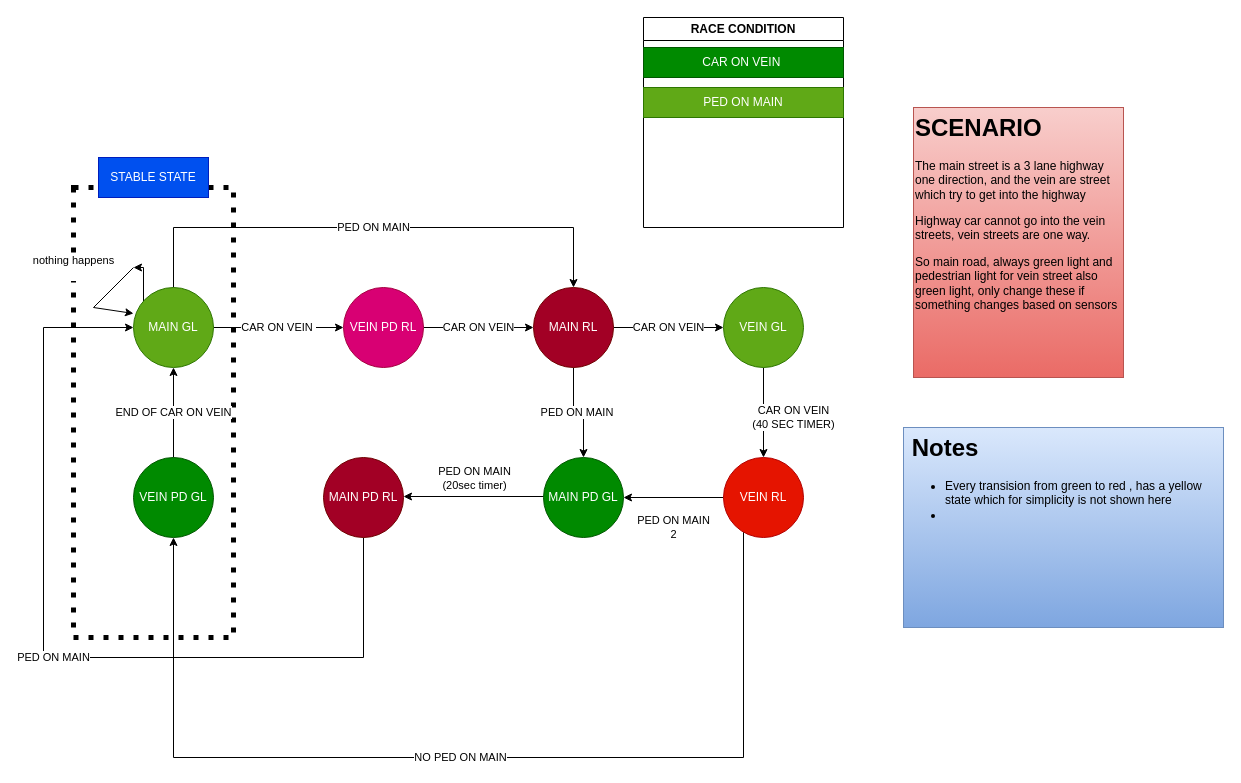
The draw.io diagram traffic-light-fsm.drawio in grrizos/Traffic_light, before the edit. Source tidied: cells renumbered, new cells numbered last; positions are measured from the earlier drawing's top-left corner, leaving out a move shared by most shapes. Both pictures are drawn from the tidied source at 100%, with x=0, y=0 at pixel (43, 17).
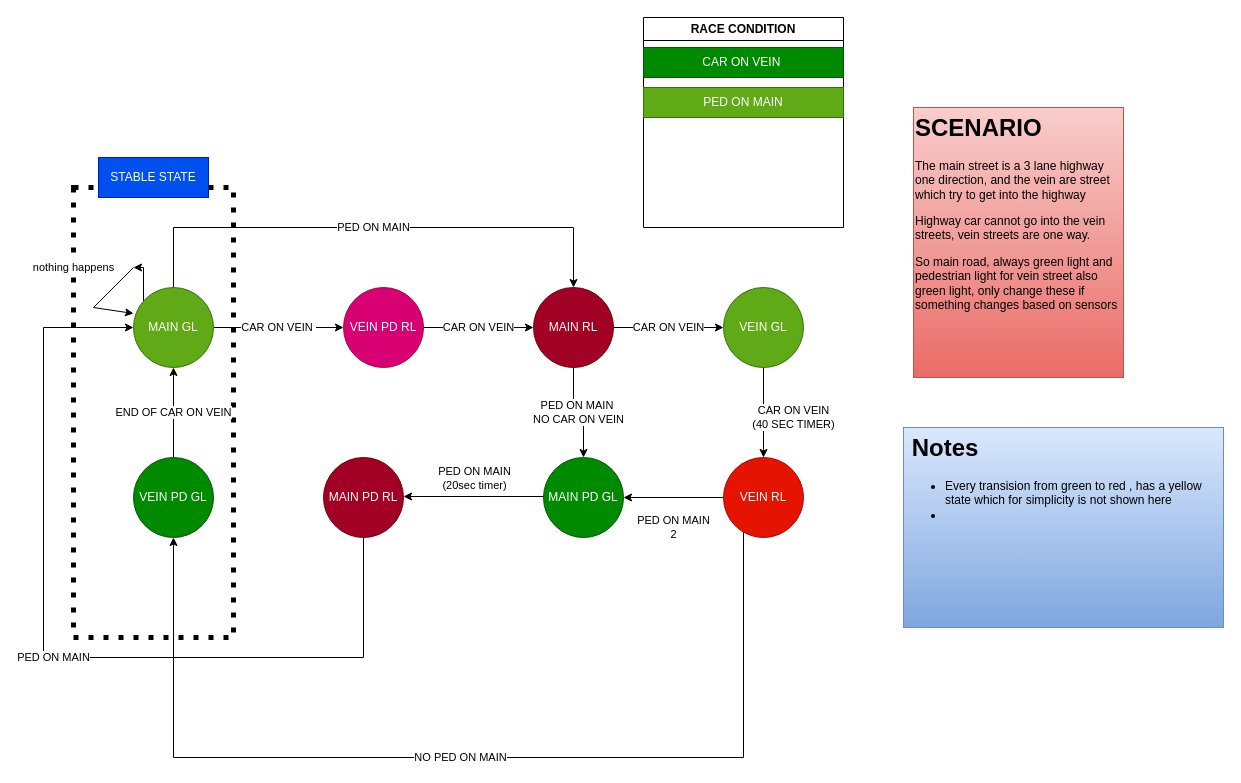
The same page after the edit.

The change refers to these unchanged cells:
```xml
<mxCell id="6" value="MAIN GL" style="ellipse;whiteSpace=wrap;html=1;rotation=0;fillColor=#60a917;fontColor=#ffffff;strokeColor=#2D7600;" parent="1" vertex="1">
  <mxGeometry x="90" y="270" width="80" height="80" as="geometry" />
</mxCell>
<mxCell id="13" value="MAIN PD GL" style="ellipse;whiteSpace=wrap;html=1;fillColor=#008a00;fontColor=#ffffff;strokeColor=#005700;" parent="1" vertex="1">
  <mxGeometry x="500" y="440" width="80" height="80" as="geometry" />
</mxCell>
<mxCell id="16" value="MAIN RL" style="ellipse;whiteSpace=wrap;html=1;fillColor=#a20025;fontColor=#ffffff;strokeColor=#6F0000;" parent="1" vertex="1">
  <mxGeometry x="490" y="270" width="80" height="80" as="geometry" />
</mxCell>
```

The edit, as a diff of the source:
```diff
@@
-    <mxCell id="15" value="PED ON MAIN&amp;nbsp;" style="edgeStyle=orthogonalEdgeStyle;rounded=0;jettySize=auto;html=1;" parent="1" edge="1" source="16" target="13">
+    <mxCell id="15" value="PED ON MAIN&amp;nbsp;&lt;div&gt;NO CAR ON VEIN&lt;/div&gt;" style="edgeStyle=orthogonalEdgeStyle;rounded=0;jettySize=auto;html=1;" parent="1" edge="1" source="16" target="13">
       <mxGeometry relative="1" as="geometry" />
     </mxCell>
@@
-    <mxCell id="21" value="nothing happens&lt;div&gt;&lt;br&gt;&lt;/div&gt;" style="endArrow=classic;html=1;rounded=0;entryX=0;entryY=0.325;entryDx=0;entryDy=0;entryPerimeter=0;" parent="1" edge="1" target="6">
+    <mxCell id="21" value="nothing happens" style="endArrow=classic;html=1;rounded=0;entryX=0;entryY=0.325;entryDx=0;entryDy=0;entryPerimeter=0;" parent="1" edge="1" target="6">
       <mxGeometry x="-0.13" y="-42" relative="1" as="geometry">
         <mxPoint x="90" y="250" as="sourcePoint" />
         <Array as="points">
           <mxPoint x="50" y="290" />
         </Array>
         <mxPoint x="-1" as="offset" />
       </mxGeometry>
     </mxCell>
```
